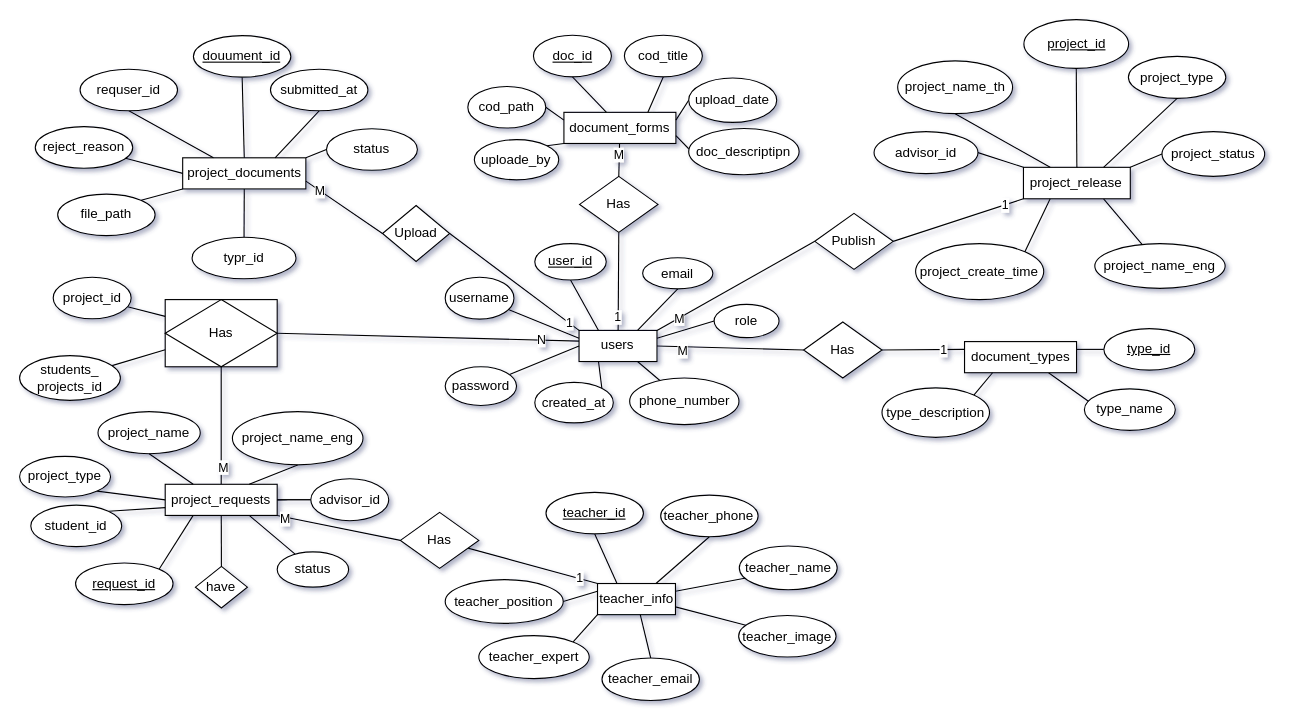
The draw.io diagram ER.drawio in ItsRyS/Diagram-pms, before the edit. Source tidied: cells renumbered, new cells numbered last; positions are measured from the earlier drawing's top-left corner, leaving out a move shared by most shapes. Both pictures are drawn from the tidied source at 112%, with x=0, y=0 at pixel (19, 19).
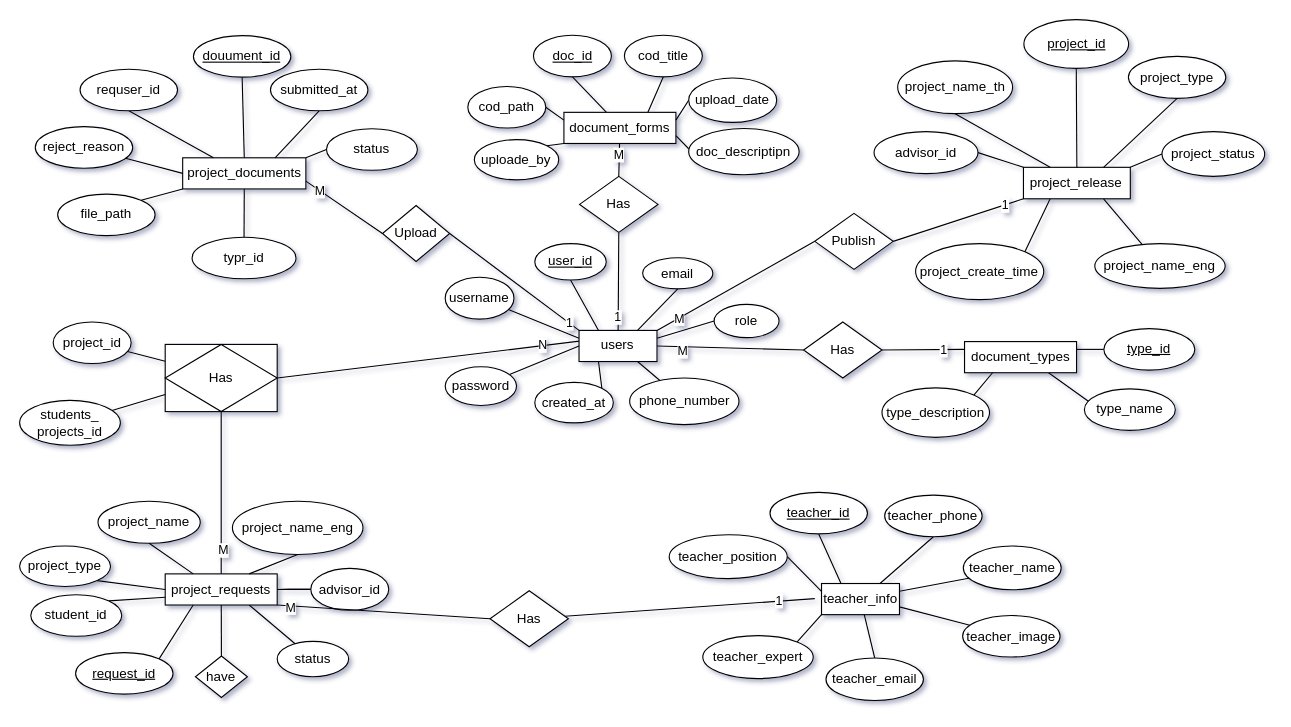
The same page after the edit.

The change refers to these unchanged cells:
```xml
<mxCell id="79" style="group;" parent="78" vertex="1">
  <mxGeometry width="333" height="162.8" as="geometry" />
</mxCell>
<mxCell id="81" value="teacher_info" style="rounded=0;whiteSpace=wrap;" parent="79" vertex="1">
  <mxGeometry x="106" y="83.5" width="69.6" height="27.8" as="geometry" />
</mxCell>
```

What changed in the source:
```diff
@@
     <mxCell id="78" style="group;" parent="1" vertex="1">
-      <mxGeometry x="410" y="420" width="333" height="188" as="geometry" />
+      <mxGeometry x="610" y="420" width="333" height="188" as="geometry" />
     </mxCell>
@@
     <mxCell id="88" value="teacher_position" style="ellipse;whiteSpace=wrap;" parent="79" vertex="1">
-      <mxGeometry x="-30" y="80" width="105.4" height="39.1" as="geometry" />
+      <mxGeometry x="-30" y="40" width="105.4" height="39.1" as="geometry" />
     </mxCell>
@@
     <mxCell id="114" value="Has" style="shape=associativeEntity;whiteSpace=wrap;html=1;align=center;" parent="1" vertex="1">
-      <mxGeometry x="130" y="250" width="100" height="60" as="geometry" />
+      <mxGeometry x="130" y="290" width="100" height="60" as="geometry" />
     </mxCell>
@@
     <mxCell id="116" value="project_id" style="ellipse;whiteSpace=wrap;" parent="1" vertex="1">
-      <mxGeometry x="30" y="230" width="69.6" height="37.1" as="geometry" />
+      <mxGeometry x="30" y="270" width="69.6" height="37.1" as="geometry" />
     </mxCell>
@@
     <mxCell id="118" value="students_&#10;projects_id" style="ellipse;whiteSpace=wrap;" parent="1" vertex="1">
-      <mxGeometry y="300" width="90" height="40" as="geometry" />
+      <mxGeometry y="340" width="90" height="40" as="geometry" />
     </mxCell>
@@
     <mxCell id="121" value="project_requests" style="rounded=0;whiteSpace=wrap;" parent="1" vertex="1">
-      <mxGeometry x="130" y="414.9" width="100" height="27.8" as="geometry" />
+      <mxGeometry x="130" y="494.9" width="100" height="27.8" as="geometry" />
     </mxCell>
@@
     <mxCell id="124" value="advisor_id" style="ellipse;whiteSpace=wrap;" parent="1" vertex="1">
-      <mxGeometry x="260" y="410" width="69.6" height="37.4" as="geometry" />
+      <mxGeometry x="260" y="490" width="69.6" height="37.4" as="geometry" />
     </mxCell>
     <mxCell id="125" value="status" style="ellipse;whiteSpace=wrap;" parent="1" vertex="1">
-      <mxGeometry x="230" y="475.2" width="63.8" height="31.5" as="geometry" />
+      <mxGeometry x="230" y="555.2" width="63.8" height="31.5" as="geometry" />
     </mxCell>
@@
     <mxCell id="127" value="project_type" style="ellipse;whiteSpace=wrap;" parent="1" vertex="1">
-      <mxGeometry y="390" width="81.2" height="36.2" as="geometry" />
+      <mxGeometry y="470" width="81.2" height="36.2" as="geometry" />
     </mxCell>
@@
     <mxCell id="129" value="student_id" style="ellipse;whiteSpace=wrap;" parent="1" vertex="1">
-      <mxGeometry x="10" y="433.5" width="81.2" height="37.1" as="geometry" />
+      <mxGeometry x="10" y="513.5" width="81.2" height="37.1" as="geometry" />
     </mxCell>
@@
     <mxCell id="131" value="request_id" style="ellipse;whiteSpace=wrap;fontStyle=4;" parent="1" vertex="1">
-      <mxGeometry x="50" y="485.2" width="87" height="37.1" as="geometry" />
+      <mxGeometry x="50" y="565.2" width="87" height="37.1" as="geometry" />
     </mxCell>
     <mxCell id="132" value="project_name_eng" style="ellipse;whiteSpace=wrap;" parent="1" vertex="1">
-      <mxGeometry x="190" y="350" width="116.6" height="47.6" as="geometry" />
+      <mxGeometry x="190" y="430" width="116.6" height="47.6" as="geometry" />
     </mxCell>
@@
     <mxCell id="134" value="project_name" style="ellipse;whiteSpace=wrap;" parent="1" vertex="1">
-      <mxGeometry x="70" y="350" width="91.3" height="37.6" as="geometry" />
+      <mxGeometry x="70" y="430" width="91.3" height="37.6" as="geometry" />
     </mxCell>
@@
     <mxCell id="136" value="have" style="rhombus;whiteSpace=wrap;html=1;rounded=0;" parent="1" vertex="1">
-      <mxGeometry x="157" y="488.2" width="46.4" height="37.1" as="geometry" />
+      <mxGeometry x="157" y="568.2" width="46.4" height="37.1" as="geometry" />
     </mxCell>
@@
     <mxCell id="139" value="teacher_expert" style="ellipse;whiteSpace=wrap;" parent="1" vertex="1">
-      <mxGeometry x="410" y="550" width="98.6" height="38.4" as="geometry" />
+      <mxGeometry x="610" y="550" width="98.6" height="38.4" as="geometry" />
     </mxCell>
@@
-    <mxCell id="141" style="rounded=0;jettySize=auto;html=1;entryX=0;entryY=0;entryDx=0;entryDy=0;endArrow=none;endFill=0;" parent="1" edge="1" source="143" target="81">
-      <mxGeometry relative="1" as="geometry" />
+    <mxCell id="141" style="rounded=0;jettySize=auto;html=1;endArrow=none;endFill=0;" parent="1" edge="1" source="143">
+      <mxGeometry relative="1" as="geometry">
+        <mxPoint x="710" y="517" as="targetPoint" />
+      </mxGeometry>
     </mxCell>
@@
     <mxCell id="143" value="Has" style="rhombus;whiteSpace=wrap;html=1;rounded=0;" parent="1" vertex="1">
-      <mxGeometry x="340" y="440" width="70" height="50" as="geometry" />
+      <mxGeometry x="420" y="510" width="70" height="50" as="geometry" />
     </mxCell>
```
